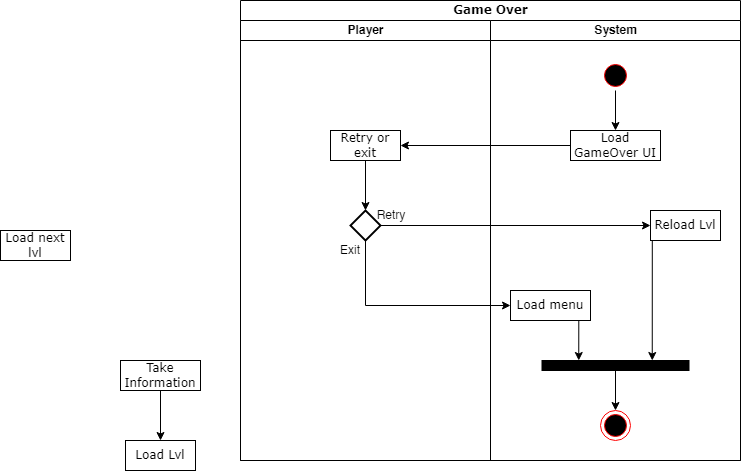
johannfac/A-Lone-Burglar keeps this draw.io diagram as GameOver.drawio.png. Above is the earlier version. Source tidied: cells renumbered, new cells last; positions are measured from the earlier drawing's top-left corner, leaving out a move shared by most shapes.
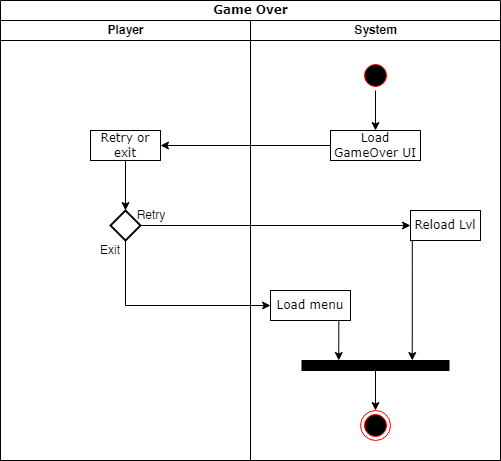
Later version of the same file.

The edit, as a diff of the source:
```diff
@@ -73,17 +73,5 @@
     <mxCell id="22" style="edgeStyle=orthogonalEdgeStyle;rounded=0;jettySize=auto;html=1;exitX=0.5;exitY=1;exitDx=0;exitDy=0;entryX=0;entryY=0.5;entryDx=0;entryDy=0;" parent="2" edge="1" source="6" target="16">
       <mxGeometry relative="1" as="geometry" />
     </mxCell>
-    <mxCell id="23" style="edgeStyle=orthogonalEdgeStyle;rounded=0;jettySize=auto;html=1;exitX=0.5;exitY=1;exitDx=0;exitDy=0;entryX=0.5;entryY=0;entryDx=0;entryDy=0;" parent="1" edge="1" source="24" target="25">
-      <mxGeometry relative="1" as="geometry" />
-    </mxCell>
-    <mxCell id="24" value="Take Information" style="rounded=0;whiteSpace=wrap;html=1;shadow=0;comic=0;labelBackgroundColor=none;strokeWidth=1;fontFamily=Verdana;fontSize=12;align=center;arcSize=50;" parent="1" vertex="1">
-      <mxGeometry x="120" y="360" width="80" height="30" as="geometry" />
-    </mxCell>
-    <mxCell id="25" value="Load Lvl" style="rounded=0;whiteSpace=wrap;html=1;shadow=0;comic=0;labelBackgroundColor=none;strokeWidth=1;fontFamily=Verdana;fontSize=12;align=center;arcSize=50;" parent="1" vertex="1">
-      <mxGeometry x="125" y="440" width="70" height="30" as="geometry" />
-    </mxCell>
-    <mxCell id="26" value="Load next lvl" style="rounded=0;whiteSpace=wrap;html=1;shadow=0;comic=0;labelBackgroundColor=none;strokeWidth=1;fontFamily=Verdana;fontSize=12;align=center;arcSize=50;" parent="1" vertex="1">
-      <mxGeometry y="230" width="70" height="30" as="geometry" />
-    </mxCell>
   </root>
 </mxGraphModel>
```
